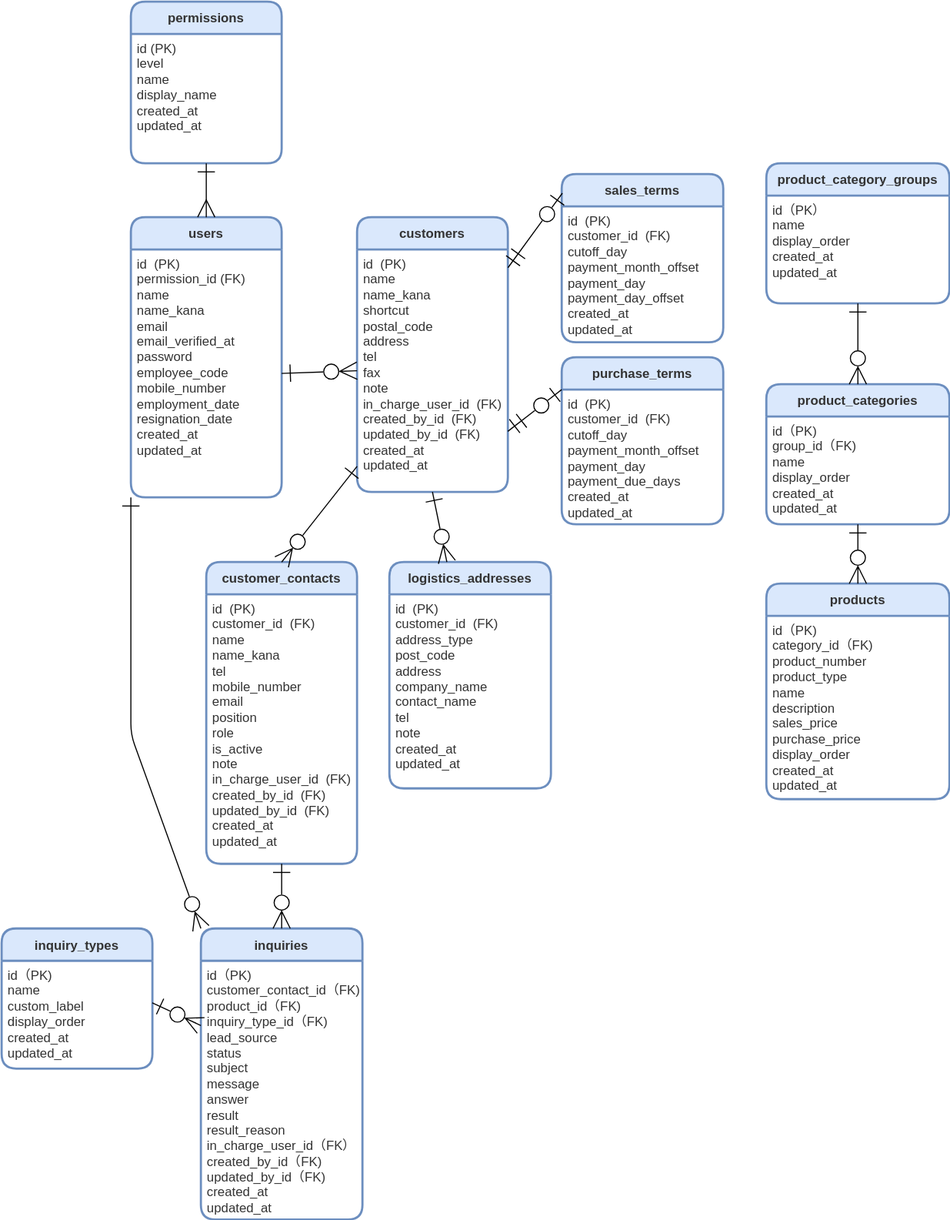
Before: src/docs/ER.drawio.svg, a diagram exported from draw.io (ryo-tom/flagship). Source tidied: cells renumbered, new cells last; positions are measured from the earlier drawing's top-left corner, leaving out a move shared by most shapes.
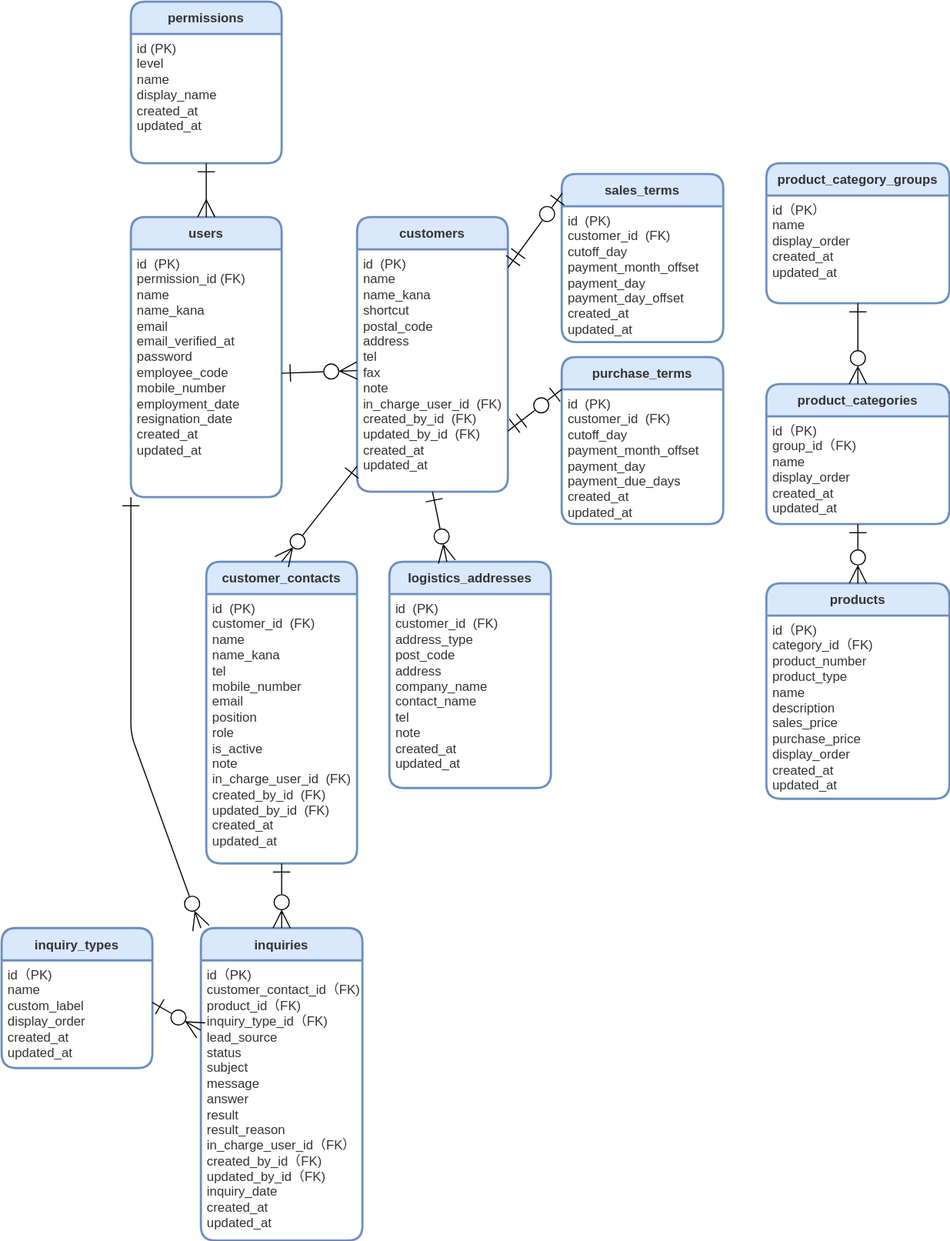
Later version of the same file.

Commit message:
feat: add inquiry_date

Change to the diagram source:
```diff
@@ -93,10 +93,10 @@
       <mxGeometry y="30" width="140" height="100" as="geometry" />
     </mxCell>
     <mxCell id="32" value="inquiries" style="swimlane;horizontal=1;startSize=30;rounded=1;fontSize=12;fontStyle=1;strokeWidth=2;shadow=0;dashed=0;align=center;fillColor=#dae8fc;strokeColor=#6c8ebf;fontColor=#333333;labelBackgroundColor=none;gradientColor=none;swimlaneFillColor=#FFFFFF;verticalAlign=middle;" parent="1" vertex="1">
-      <mxGeometry x="185" y="860" width="150" height="270" as="geometry" />
+      <mxGeometry x="185" y="860" width="150" height="290" as="geometry" />
     </mxCell>
-    <mxCell id="33" value="&lt;div&gt;id（PK)&lt;/div&gt;&lt;div&gt;customer_contact_id（FK)&lt;/div&gt;&lt;div&gt;product_id（FK)&lt;/div&gt;&lt;div&gt;inquiry_type_id（FK)&lt;/div&gt;&lt;div&gt;lead_source&lt;/div&gt;&lt;div&gt;status&lt;/div&gt;&lt;div&gt;subject&lt;br&gt;&lt;/div&gt;&lt;div&gt;message&lt;/div&gt;&lt;div&gt;answer&lt;/div&gt;&lt;div&gt;result&lt;/div&gt;&lt;div&gt;result_reason&lt;/div&gt;&lt;div&gt;in_charge_user_id（FK）&lt;/div&gt;&lt;div&gt;created_by_id（FK)&lt;/div&gt;&lt;div&gt;updated_by_id（FK)&lt;/div&gt;&lt;div&gt;created_at&lt;/div&gt;&lt;div&gt;updated_at&lt;/div&gt;" style="align=left;strokeColor=none;fillColor=none;spacingLeft=4;fontSize=12;verticalAlign=top;fontColor=#333333;html=1;" parent="32" vertex="1">
-      <mxGeometry y="30" width="150" height="240" as="geometry" />
+    <mxCell id="33" value="&lt;div&gt;id（PK)&lt;/div&gt;&lt;div&gt;customer_contact_id（FK)&lt;/div&gt;&lt;div&gt;product_id（FK)&lt;/div&gt;&lt;div&gt;inquiry_type_id（FK)&lt;/div&gt;&lt;div&gt;lead_source&lt;/div&gt;&lt;div&gt;status&lt;/div&gt;&lt;div&gt;subject&lt;br&gt;&lt;/div&gt;&lt;div&gt;message&lt;/div&gt;&lt;div&gt;answer&lt;/div&gt;&lt;div&gt;result&lt;/div&gt;&lt;div&gt;result_reason&lt;/div&gt;&lt;div&gt;in_charge_user_id（FK）&lt;/div&gt;&lt;div&gt;created_by_id（FK)&lt;/div&gt;&lt;div&gt;updated_by_id（FK)&lt;/div&gt;&lt;div&gt;inquiry_date&lt;/div&gt;&lt;div&gt;created_at&lt;/div&gt;&lt;div&gt;updated_at&lt;/div&gt;" style="align=left;strokeColor=none;fillColor=none;spacingLeft=4;fontSize=12;verticalAlign=top;fontColor=#333333;html=1;" parent="32" vertex="1">
+      <mxGeometry y="30" width="150" height="260" as="geometry" />
     </mxCell>
     <mxCell id="34" style="edgeStyle=none;shape=connector;rounded=1;jumpStyle=none;jumpSize=6;html=1;entryX=0;entryY=0.25;entryDx=0;entryDy=0;shadow=0;labelBackgroundColor=default;strokeColor=default;fontFamily=Helvetica;fontSize=12;fontColor=default;startArrow=ERone;startFill=0;endArrow=ERzeroToMany;endFill=0;startSize=14;endSize=14;targetPerimeterSpacing=0;verticalAlign=top;exitX=0.999;exitY=0.39;exitDx=0;exitDy=0;exitPerimeter=0;" parent="1" edge="1" source="31" target="33">
       <mxGeometry relative="1" as="geometry" />
```
